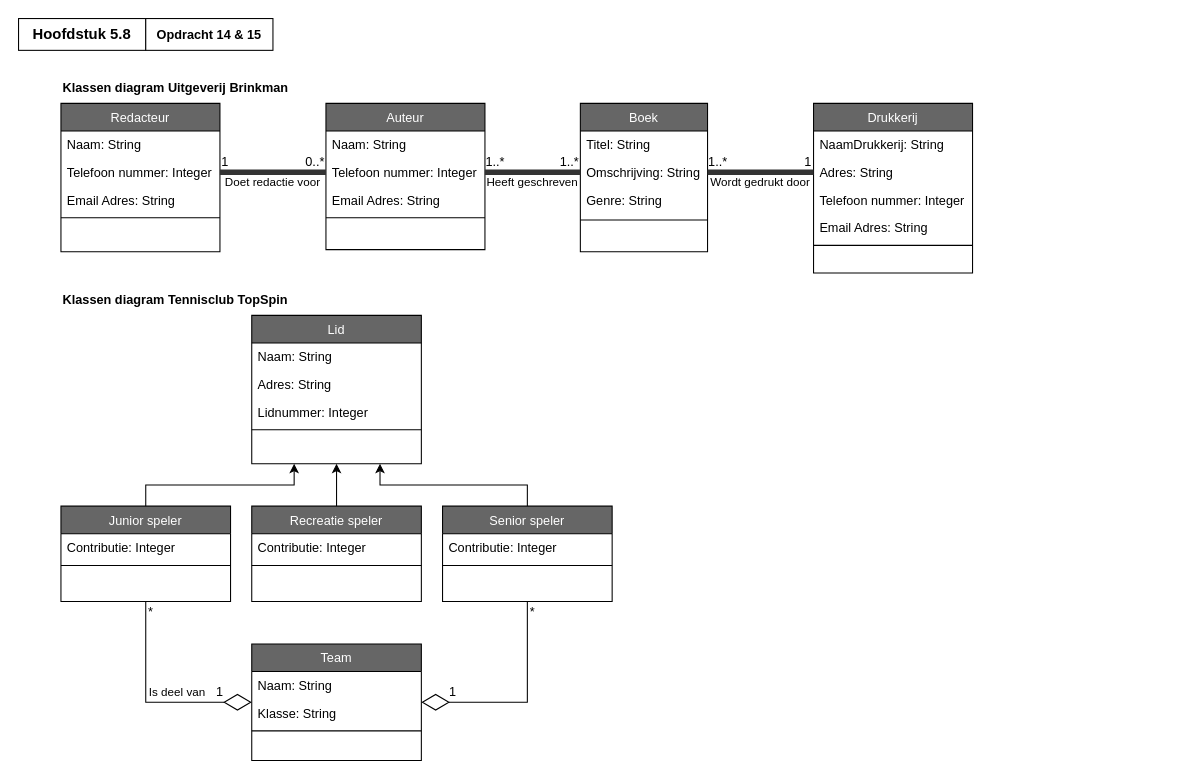
Before: page "Opdracht14&15" (1 of 2) of ClassDiagrams.drawio in EMB20/Procesanalyse, a draw.io diagram. Source tidied: cells renumbered, new cells numbered last; positions are measured from the earlier drawing's top-left corner, leaving out a move shared by most shapes. Both pictures are drawn from the tidied source at 106%, with x=0, y=0 at pixel (18, 18).
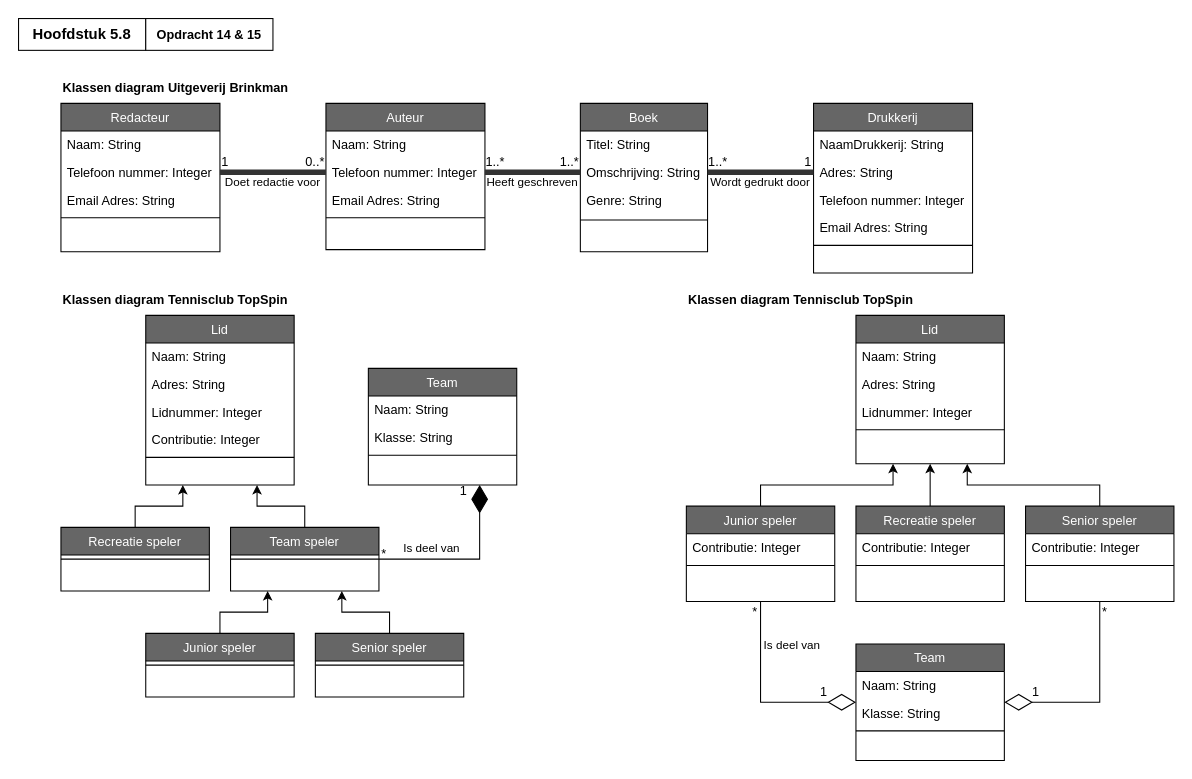
The same page after the edit.

What changed in the source:
```diff
@@
     <mxCell id="32" value="Lid" style="swimlane;fontStyle=0;align=center;verticalAlign=top;horizontal=1;startSize=26;rounded=0;shadow=0;strokeWidth=1;fillColor=#666666;fontColor=#FFFFFF;" parent="1" vertex="1">
-      <mxGeometry x="220" y="280" width="160" height="140" as="geometry" />
+      <mxGeometry x="120" y="280" width="140" height="160" as="geometry" />
     </mxCell>
     <mxCell id="33" value="Naam: String" style="text;align=left;verticalAlign=top;spacingLeft=4;spacingRight=4;overflow=hidden;" parent="32" vertex="1">
-      <mxGeometry y="26" width="160" height="26" as="geometry" />
+      <mxGeometry y="26" width="140" height="26" as="geometry" />
     </mxCell>
     <mxCell id="34" value="Adres: String" style="text;align=left;verticalAlign=top;spacingLeft=4;spacingRight=4;overflow=hidden;rounded=0;shadow=0;html=0;" parent="32" vertex="1">
-      <mxGeometry y="52" width="160" height="26" as="geometry" />
+      <mxGeometry y="52" width="140" height="26" as="geometry" />
     </mxCell>
     <mxCell id="35" value="Lidnummer: Integer" style="text;align=left;verticalAlign=top;spacingLeft=4;spacingRight=4;overflow=hidden;rounded=0;shadow=0;html=0;" parent="32" vertex="1">
-      <mxGeometry y="78" width="160" height="26" as="geometry" />
+      <mxGeometry y="78" width="140" height="26" as="geometry" />
     </mxCell>
+    <mxCell id="58" value="Contributie: Integer" style="text;align=left;verticalAlign=top;spacingLeft=4;spacingRight=4;overflow=hidden;rounded=0;shadow=0;html=0;" parent="32" vertex="1">
+      <mxGeometry y="104" width="140" height="26" as="geometry" />
+    </mxCell>
     <mxCell id="36" style="line;html=1;strokeWidth=1;align=left;verticalAlign=middle;spacingTop=-1;spacingLeft=3;spacingRight=3;labelPosition=right;" parent="32" vertex="1">
-      <mxGeometry y="104" width="160" height="8" as="geometry" />
+      <mxGeometry y="130" width="140" height="8" as="geometry" />
     </mxCell>
-    <mxCell id="37" style="edgeStyle=orthogonalEdgeStyle;rounded=0;jettySize=auto;html=1;exitX=0.5;exitY=0;exitDx=0;exitDy=0;entryX=0.25;entryY=1;entryDx=0;entryDy=0;" parent="1" edge="1" source="38" target="32">
-      <mxGeometry relative="1" as="geometry">
-        <Array as="points">
-          <mxPoint x="120" y="440" />
-          <mxPoint x="260" y="440" />
-        </Array>
-      </mxGeometry>
-    </mxCell>
+    <mxCell id="67" style="edgeStyle=orthogonalEdgeStyle;rounded=0;jettySize=auto;html=1;exitX=0.5;exitY=0;exitDx=0;exitDy=0;entryX=0.25;entryY=1;entryDx=0;entryDy=0;" parent="1" edge="1" source="38" target="99">
+      <mxGeometry relative="1" as="geometry" />
+    </mxCell>
     <mxCell id="38" value="Junior speler" style="swimlane;fontStyle=0;align=center;verticalAlign=top;horizontal=1;startSize=26;rounded=0;shadow=0;strokeWidth=1;fillColor=#666666;fontColor=#FFFFFF;" parent="1" vertex="1">
-      <mxGeometry x="40" y="460" width="160" height="90" as="geometry" />
+      <mxGeometry x="120" y="580" width="140" height="60" as="geometry" />
     </mxCell>
-    <mxCell id="39" value="Contributie: Integer" style="text;align=left;verticalAlign=top;spacingLeft=4;spacingRight=4;overflow=hidden;rounded=0;shadow=0;html=0;" parent="38" vertex="1">
-      <mxGeometry y="26" width="160" height="26" as="geometry" />
-    </mxCell>
     <mxCell id="40" style="line;html=1;strokeWidth=1;align=left;verticalAlign=middle;spacingTop=-1;spacingLeft=3;spacingRight=3;labelPosition=right;" parent="38" vertex="1">
-      <mxGeometry y="52" width="160" height="8" as="geometry" />
+      <mxGeometry y="26" width="140" height="8" as="geometry" />
     </mxCell>
     <mxCell id="41" value="Team" style="swimlane;fontStyle=0;align=center;verticalAlign=top;horizontal=1;startSize=26;rounded=0;shadow=0;strokeWidth=1;fillColor=#666666;fontColor=#FFFFFF;" parent="1" vertex="1">
-      <mxGeometry x="220" y="590" width="160" height="110" as="geometry" />
+      <mxGeometry x="330" y="330" width="140" height="110" as="geometry" />
     </mxCell>
     <mxCell id="42" value="Naam: String" style="text;align=left;verticalAlign=top;spacingLeft=4;spacingRight=4;overflow=hidden;rounded=0;shadow=0;html=0;" parent="41" vertex="1">
-      <mxGeometry y="26" width="160" height="26" as="geometry" />
+      <mxGeometry y="26" width="140" height="26" as="geometry" />
     </mxCell>
     <mxCell id="43" value="Klasse: String" style="text;align=left;verticalAlign=top;spacingLeft=4;spacingRight=4;overflow=hidden;" parent="41" vertex="1">
-      <mxGeometry y="52" width="160" height="26" as="geometry" />
+      <mxGeometry y="52" width="140" height="26" as="geometry" />
     </mxCell>
     <mxCell id="44" style="line;html=1;strokeWidth=1;align=left;verticalAlign=middle;spacingTop=-1;spacingLeft=3;spacingRight=3;labelPosition=right;" parent="41" vertex="1">
-      <mxGeometry y="78" width="160" height="8" as="geometry" />
+      <mxGeometry y="78" width="140" height="8" as="geometry" />
     </mxCell>
     <mxCell id="45" value="&lt;font style=&quot;font-size: 12px;&quot;&gt;Klassen diagram Tennisclub TopSpin&lt;/font&gt;" style="text;html=1;align=left;verticalAlign=middle;whiteSpace=wrap;rounded=0;fontStyle=1;fontSize=14;" parent="1" vertex="1">
-      <mxGeometry x="40" y="250" width="300" height="30" as="geometry" />
+      <mxGeometry x="40" y="250" width="220" height="30" as="geometry" />
     </mxCell>
@@
-    <mxCell id="52" style="edgeStyle=orthogonalEdgeStyle;rounded=0;jettySize=auto;html=1;exitX=0.5;exitY=0;exitDx=0;exitDy=0;" parent="1" edge="1" source="53">
-      <mxGeometry relative="1" as="geometry">
-        <mxPoint x="341" y="420" as="targetPoint" />
-        <Array as="points">
-          <mxPoint x="480" y="440" />
-          <mxPoint x="341" y="440" />
-          <mxPoint x="341" y="420" />
-        </Array>
-      </mxGeometry>
-    </mxCell>
+    <mxCell id="68" style="edgeStyle=orthogonalEdgeStyle;rounded=0;jettySize=auto;html=1;exitX=0.5;exitY=0;exitDx=0;exitDy=0;entryX=0.75;entryY=1;entryDx=0;entryDy=0;" parent="1" edge="1" source="53" target="99">
+      <mxGeometry relative="1" as="geometry" />
+    </mxCell>
     <mxCell id="53" value="Senior speler" style="swimlane;fontStyle=0;align=center;verticalAlign=top;horizontal=1;startSize=26;rounded=0;shadow=0;strokeWidth=1;fillColor=#666666;fontColor=#FFFFFF;" parent="1" vertex="1">
-      <mxGeometry x="400" y="460" width="160" height="90" as="geometry" />
+      <mxGeometry x="280" y="580" width="140" height="60" as="geometry" />
     </mxCell>
-    <mxCell id="54" value="Contributie: Integer" style="text;align=left;verticalAlign=top;spacingLeft=4;spacingRight=4;overflow=hidden;rounded=0;shadow=0;html=0;" parent="53" vertex="1">
-      <mxGeometry y="26" width="160" height="26" as="geometry" />
-    </mxCell>
     <mxCell id="55" style="line;html=1;strokeWidth=1;align=left;verticalAlign=middle;spacingTop=-1;spacingLeft=3;spacingRight=3;labelPosition=right;" parent="53" vertex="1">
-      <mxGeometry y="52" width="160" height="8" as="geometry" />
+      <mxGeometry y="26" width="140" height="8" as="geometry" />
     </mxCell>
-    <mxCell id="56" style="edgeStyle=orthogonalEdgeStyle;rounded=0;jettySize=auto;html=1;exitX=0.5;exitY=0;exitDx=0;exitDy=0;entryX=0.5;entryY=1;entryDx=0;entryDy=0;" parent="1" edge="1" source="57" target="32">
+    <mxCell id="56" style="edgeStyle=orthogonalEdgeStyle;rounded=0;jettySize=auto;html=1;exitX=0.5;exitY=0;exitDx=0;exitDy=0;entryX=0.25;entryY=1;entryDx=0;entryDy=0;" parent="1" edge="1" source="57" target="32">
       <mxGeometry relative="1" as="geometry" />
     </mxCell>
     <mxCell id="57" value="Recreatie speler" style="swimlane;fontStyle=0;align=center;verticalAlign=top;horizontal=1;startSize=26;rounded=0;shadow=0;strokeWidth=1;fillColor=#666666;fontColor=#FFFFFF;" parent="1" vertex="1">
-      <mxGeometry x="220" y="460" width="160" height="90" as="geometry" />
+      <mxGeometry x="40" y="480" width="140" height="60" as="geometry" />
     </mxCell>
-    <mxCell id="58" value="Contributie: Integer" style="text;align=left;verticalAlign=top;spacingLeft=4;spacingRight=4;overflow=hidden;rounded=0;shadow=0;html=0;" parent="57" vertex="1">
-      <mxGeometry y="26" width="160" height="26" as="geometry" />
-    </mxCell>
     <mxCell id="59" style="line;html=1;strokeWidth=1;align=left;verticalAlign=middle;spacingTop=-1;spacingLeft=3;spacingRight=3;labelPosition=right;" parent="57" vertex="1">
-      <mxGeometry y="52" width="160" height="8" as="geometry" />
+      <mxGeometry y="26" width="140" height="8" as="geometry" />
     </mxCell>
     <mxCell id="60" value="1" style="text;html=1;align=center;verticalAlign=middle;whiteSpace=wrap;rounded=0;" parent="1" vertex="1">
-      <mxGeometry x="180" y="630" width="20" height="12.5" as="geometry" />
+      <mxGeometry x="410" y="440" width="20" height="12.5" as="geometry" />
     </mxCell>
     <mxCell id="61" value="Is deel van" style="text;html=1;align=center;verticalAlign=middle;whiteSpace=wrap;rounded=0;fontSize=11;" parent="1" vertex="1">
-      <mxGeometry x="120" y="630" width="60" height="12.5" as="geometry" />
+      <mxGeometry x="360" y="490" width="60" height="20" as="geometry" />
     </mxCell>
-    <mxCell id="62" style="endArrow=diamondThin;endFill=0;endSize=24;html=1;rounded=0;exitX=0.5;exitY=1;exitDx=0;exitDy=0;entryX=1;entryY=0.5;entryDx=0;entryDy=0;" parent="1" edge="1" source="53" target="41">
-      <mxGeometry relative="1" as="geometry">
-        <Array as="points">
-          <mxPoint x="480" y="645" />
-        </Array>
-      </mxGeometry>
-    </mxCell>
-    <mxCell id="63" style="endArrow=diamondThin;endFill=0;endSize=24;html=1;rounded=0;exitX=0.5;exitY=1;exitDx=0;exitDy=0;entryX=0;entryY=0.5;entryDx=0;entryDy=0;" parent="1" edge="1" source="38" target="41">
-      <mxGeometry relative="1" as="geometry">
-        <Array as="points">
-          <mxPoint x="120" y="645" />
-        </Array>
-      </mxGeometry>
-    </mxCell>
-    <mxCell id="64" value="1" style="text;html=1;align=center;verticalAlign=middle;whiteSpace=wrap;rounded=0;" parent="1" vertex="1">
-      <mxGeometry x="400" y="630" width="20" height="12.5" as="geometry" />
-    </mxCell>
     <mxCell id="65" value="*" style="text;html=1;align=center;verticalAlign=middle;whiteSpace=wrap;rounded=0;" parent="1" vertex="1">
-      <mxGeometry x="480" y="550" width="10" height="20" as="geometry" />
+      <mxGeometry x="340" y="500" width="10" height="10" as="geometry" />
     </mxCell>
-    <mxCell id="66" value="*" style="text;html=1;align=center;verticalAlign=middle;whiteSpace=wrap;rounded=0;" parent="1" vertex="1">
-      <mxGeometry x="120" y="550" width="10" height="20" as="geometry" />
-    </mxCell>
+    <mxCell id="69" value="Lid" style="swimlane;fontStyle=0;align=center;verticalAlign=top;horizontal=1;startSize=26;rounded=0;shadow=0;strokeWidth=1;fillColor=#666666;fontColor=#FFFFFF;" parent="1" vertex="1">
+      <mxGeometry x="790" y="280" width="140" height="140" as="geometry" />
+    </mxCell>
+    <mxCell id="70" value="Naam: String" style="text;align=left;verticalAlign=top;spacingLeft=4;spacingRight=4;overflow=hidden;" parent="69" vertex="1">
+      <mxGeometry y="26" width="140" height="26" as="geometry" />
+    </mxCell>
+    <mxCell id="71" value="Adres: String" style="text;align=left;verticalAlign=top;spacingLeft=4;spacingRight=4;overflow=hidden;rounded=0;shadow=0;html=0;" parent="69" vertex="1">
+      <mxGeometry y="52" width="140" height="26" as="geometry" />
+    </mxCell>
+    <mxCell id="72" value="Lidnummer: Integer" style="text;align=left;verticalAlign=top;spacingLeft=4;spacingRight=4;overflow=hidden;rounded=0;shadow=0;html=0;" parent="69" vertex="1">
+      <mxGeometry y="78" width="140" height="26" as="geometry" />
+    </mxCell>
+    <mxCell id="73" style="line;html=1;strokeWidth=1;align=left;verticalAlign=middle;spacingTop=-1;spacingLeft=3;spacingRight=3;labelPosition=right;" parent="69" vertex="1">
+      <mxGeometry y="104" width="140" height="8" as="geometry" />
+    </mxCell>
+    <mxCell id="74" style="edgeStyle=orthogonalEdgeStyle;rounded=0;jettySize=auto;html=1;exitX=0.5;exitY=0;exitDx=0;exitDy=0;entryX=0.25;entryY=1;entryDx=0;entryDy=0;" parent="1" edge="1" source="75" target="69">
+      <mxGeometry relative="1" as="geometry" />
+    </mxCell>
+    <mxCell id="75" value="Junior speler" style="swimlane;fontStyle=0;align=center;verticalAlign=top;horizontal=1;startSize=26;rounded=0;shadow=0;strokeWidth=1;fillColor=#666666;fontColor=#FFFFFF;" parent="1" vertex="1">
+      <mxGeometry x="630" y="460" width="140" height="90" as="geometry" />
+    </mxCell>
+    <mxCell id="76" value="Contributie: Integer" style="text;align=left;verticalAlign=top;spacingLeft=4;spacingRight=4;overflow=hidden;rounded=0;shadow=0;html=0;" parent="75" vertex="1">
+      <mxGeometry y="26" width="140" height="26" as="geometry" />
+    </mxCell>
+    <mxCell id="77" style="line;html=1;strokeWidth=1;align=left;verticalAlign=middle;spacingTop=-1;spacingLeft=3;spacingRight=3;labelPosition=right;" parent="75" vertex="1">
+      <mxGeometry y="52" width="140" height="8" as="geometry" />
+    </mxCell>
+    <mxCell id="78" value="Team" style="swimlane;fontStyle=0;align=center;verticalAlign=top;horizontal=1;startSize=26;rounded=0;shadow=0;strokeWidth=1;fillColor=#666666;fontColor=#FFFFFF;" parent="1" vertex="1">
+      <mxGeometry x="790" y="590" width="140" height="110" as="geometry" />
+    </mxCell>
+    <mxCell id="79" value="Naam: String" style="text;align=left;verticalAlign=top;spacingLeft=4;spacingRight=4;overflow=hidden;rounded=0;shadow=0;html=0;" parent="78" vertex="1">
+      <mxGeometry y="26" width="140" height="26" as="geometry" />
+    </mxCell>
+    <mxCell id="80" value="Klasse: String" style="text;align=left;verticalAlign=top;spacingLeft=4;spacingRight=4;overflow=hidden;" parent="78" vertex="1">
+      <mxGeometry y="52" width="140" height="26" as="geometry" />
+    </mxCell>
+    <mxCell id="81" style="line;html=1;strokeWidth=1;align=left;verticalAlign=middle;spacingTop=-1;spacingLeft=3;spacingRight=3;labelPosition=right;" parent="78" vertex="1">
+      <mxGeometry y="78" width="140" height="8" as="geometry" />
+    </mxCell>
+    <mxCell id="82" value="&lt;font style=&quot;font-size: 12px;&quot;&gt;Klassen diagram Tennisclub TopSpin&lt;/font&gt;" style="text;html=1;align=left;verticalAlign=middle;whiteSpace=wrap;rounded=0;fontStyle=1;fontSize=14;" parent="1" vertex="1">
+      <mxGeometry x="630" y="250" width="220" height="30" as="geometry" />
+    </mxCell>
+    <mxCell id="83" style="edgeStyle=orthogonalEdgeStyle;rounded=0;jettySize=auto;html=1;exitX=0.5;exitY=0;exitDx=0;exitDy=0;entryX=0.75;entryY=1;entryDx=0;entryDy=0;" parent="1" edge="1" source="84" target="69">
+      <mxGeometry relative="1" as="geometry" />
+    </mxCell>
+    <mxCell id="84" value="Senior speler" style="swimlane;fontStyle=0;align=center;verticalAlign=top;horizontal=1;startSize=26;rounded=0;shadow=0;strokeWidth=1;fillColor=#666666;fontColor=#FFFFFF;" parent="1" vertex="1">
+      <mxGeometry x="950" y="460" width="140" height="90" as="geometry" />
+    </mxCell>
+    <mxCell id="85" value="Contributie: Integer" style="text;align=left;verticalAlign=top;spacingLeft=4;spacingRight=4;overflow=hidden;rounded=0;shadow=0;html=0;" parent="84" vertex="1">
+      <mxGeometry y="26" width="140" height="26" as="geometry" />
+    </mxCell>
+    <mxCell id="86" style="line;html=1;strokeWidth=1;align=left;verticalAlign=middle;spacingTop=-1;spacingLeft=3;spacingRight=3;labelPosition=right;" parent="84" vertex="1">
+      <mxGeometry y="52" width="140" height="8" as="geometry" />
+    </mxCell>
+    <mxCell id="87" style="edgeStyle=orthogonalEdgeStyle;rounded=0;jettySize=auto;html=1;exitX=0.5;exitY=0;exitDx=0;exitDy=0;entryX=0.5;entryY=1;entryDx=0;entryDy=0;" parent="1" edge="1" source="88" target="69">
+      <mxGeometry relative="1" as="geometry" />
+    </mxCell>
+    <mxCell id="88" value="Recreatie speler" style="swimlane;fontStyle=0;align=center;verticalAlign=top;horizontal=1;startSize=26;rounded=0;shadow=0;strokeWidth=1;fillColor=#666666;fontColor=#FFFFFF;" parent="1" vertex="1">
+      <mxGeometry x="790" y="460" width="140" height="90" as="geometry" />
+    </mxCell>
+    <mxCell id="89" value="Contributie: Integer" style="text;align=left;verticalAlign=top;spacingLeft=4;spacingRight=4;overflow=hidden;rounded=0;shadow=0;html=0;" parent="88" vertex="1">
+      <mxGeometry y="26" width="140" height="26" as="geometry" />
+    </mxCell>
+    <mxCell id="90" style="line;html=1;strokeWidth=1;align=left;verticalAlign=middle;spacingTop=-1;spacingLeft=3;spacingRight=3;labelPosition=right;" parent="88" vertex="1">
+      <mxGeometry y="52" width="140" height="8" as="geometry" />
+    </mxCell>
+    <mxCell id="91" value="1" style="text;html=1;align=center;verticalAlign=middle;whiteSpace=wrap;rounded=0;" parent="1" vertex="1">
+      <mxGeometry x="750" y="630" width="20" height="12.5" as="geometry" />
+    </mxCell>
+    <mxCell id="92" value="Is deel van" style="text;html=1;align=center;verticalAlign=middle;whiteSpace=wrap;rounded=0;fontSize=11;" parent="1" vertex="1">
+      <mxGeometry x="700" y="585" width="60" height="12.5" as="geometry" />
+    </mxCell>
+    <mxCell id="93" style="endArrow=diamondThin;endFill=0;endSize=24;html=1;rounded=0;exitX=0.5;exitY=1;exitDx=0;exitDy=0;entryX=1;entryY=0.5;entryDx=0;entryDy=0;" parent="1" edge="1" source="84" target="78">
+      <mxGeometry relative="1" as="geometry">
+        <Array as="points">
+          <mxPoint x="1020" y="645" />
+        </Array>
+      </mxGeometry>
+    </mxCell>
+    <mxCell id="94" style="endArrow=diamondThin;endFill=0;endSize=24;html=1;rounded=0;exitX=0.5;exitY=1;exitDx=0;exitDy=0;entryX=0;entryY=0.5;entryDx=0;entryDy=0;" parent="1" edge="1" source="75" target="78">
+      <mxGeometry relative="1" as="geometry">
+        <Array as="points">
+          <mxPoint x="700" y="645" />
+        </Array>
+      </mxGeometry>
+    </mxCell>
+    <mxCell id="95" value="1" style="text;html=1;align=center;verticalAlign=middle;whiteSpace=wrap;rounded=0;" parent="1" vertex="1">
+      <mxGeometry x="950" y="630" width="20" height="12.5" as="geometry" />
+    </mxCell>
+    <mxCell id="96" value="*" style="text;html=1;align=center;verticalAlign=middle;whiteSpace=wrap;rounded=0;" parent="1" vertex="1">
+      <mxGeometry x="1020" y="550" width="10" height="20" as="geometry" />
+    </mxCell>
+    <mxCell id="97" value="*" style="text;html=1;align=center;verticalAlign=middle;whiteSpace=wrap;rounded=0;" parent="1" vertex="1">
+      <mxGeometry x="690" y="550" width="10" height="20" as="geometry" />
+    </mxCell>
+    <mxCell id="98" style="edgeStyle=orthogonalEdgeStyle;rounded=0;jettySize=auto;html=1;exitX=0.5;exitY=0;exitDx=0;exitDy=0;entryX=0.75;entryY=1;entryDx=0;entryDy=0;" parent="1" edge="1" source="99" target="32">
+      <mxGeometry relative="1" as="geometry" />
+    </mxCell>
+    <mxCell id="99" value="Team speler" style="swimlane;fontStyle=0;align=center;verticalAlign=top;horizontal=1;startSize=26;rounded=0;shadow=0;strokeWidth=1;fillColor=#666666;fontColor=#FFFFFF;" parent="1" vertex="1">
+      <mxGeometry x="200" y="480" width="140" height="60" as="geometry" />
+    </mxCell>
+    <mxCell id="100" style="line;html=1;strokeWidth=1;align=left;verticalAlign=middle;spacingTop=-1;spacingLeft=3;spacingRight=3;labelPosition=right;" parent="99" vertex="1">
+      <mxGeometry y="26" width="140" height="8" as="geometry" />
+    </mxCell>
+    <mxCell id="101" style="endArrow=diamondThin;endFill=1;endSize=24;html=1;rounded=0;entryX=0.75;entryY=1;entryDx=0;entryDy=0;exitX=1;exitY=0.5;exitDx=0;exitDy=0;" parent="1" edge="1" source="99" target="41">
+      <mxGeometry relative="1" as="geometry">
+        <Array as="points">
+          <mxPoint x="435" y="510" />
+        </Array>
+      </mxGeometry>
+    </mxCell>
```
